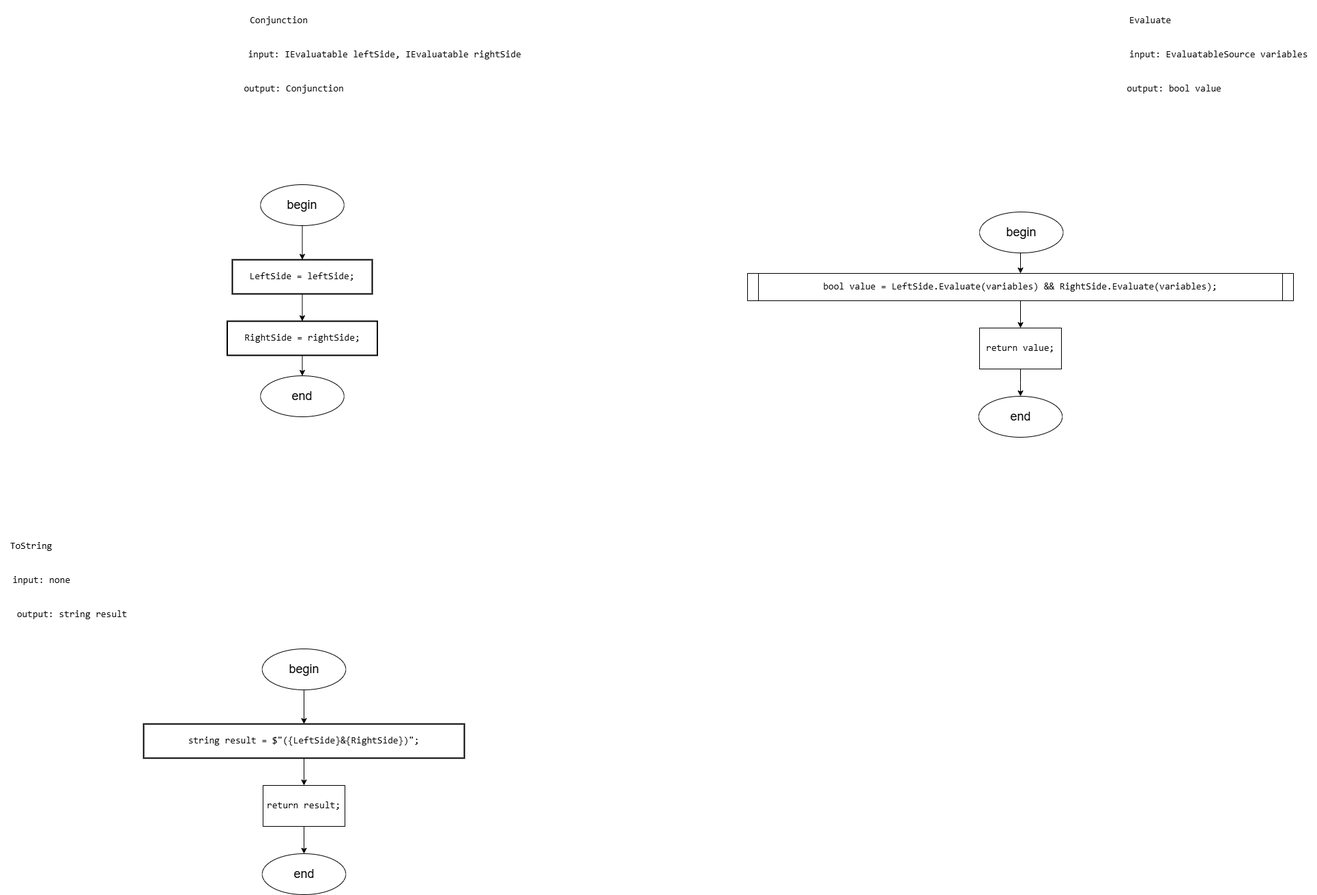
Earlier version of the draw.io export Diagrams/images/Conjunction.drawio.png (slavikovics/FictionalVariables). Source tidied: cells renumbered, new cells last; positions are measured from the earlier drawing's top-left corner, leaving out a move shared by most shapes.
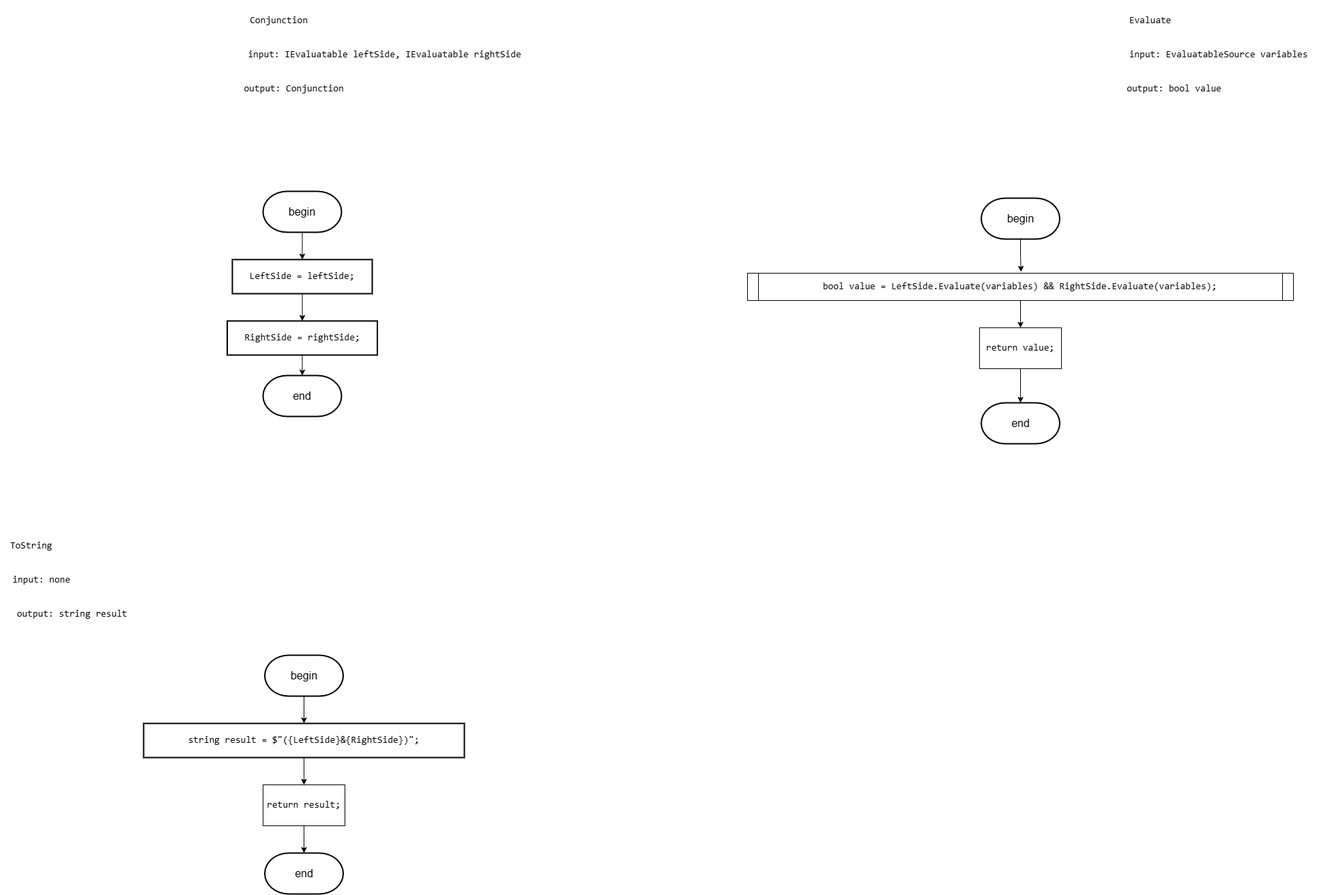
After the change.

What changed in the source:
```diff
@@ -11,9 +11,6 @@
     <mxCell id="4" value="&lt;div style=&quot;&quot;&gt;&lt;pre style=&quot;font-family: &amp;quot;JetBrains Mono&amp;quot;, monospace;&quot;&gt;LeftSide = &lt;span style=&quot;&quot;&gt;leftSide&lt;/span&gt;;&lt;/pre&gt;&lt;/div&gt;" style="rounded=0;whiteSpace=wrap;html=1;absoluteArcSize=1;arcSize=14;strokeWidth=2;fontSize=14;fontColor=#000000;labelBackgroundColor=none;" parent="1" vertex="1">
       <mxGeometry x="340" y="380" width="205" height="50" as="geometry" />
     </mxCell>
-    <mxCell id="5" style="edgeStyle=orthogonalEdgeStyle;rounded=0;jettySize=auto;html=1;exitX=0.5;exitY=1;exitDx=0;exitDy=0;entryX=0.5;entryY=0;entryDx=0;entryDy=0;" parent="1" edge="1" source="6" target="25">
-      <mxGeometry relative="1" as="geometry" />
-    </mxCell>
     <mxCell id="6" value="&lt;div style=&quot;&quot;&gt;&lt;pre style=&quot;font-family: &amp;quot;JetBrains Mono&amp;quot;, monospace;&quot;&gt;&lt;div&gt;&lt;pre style=&quot;font-family: &amp;quot;JetBrains Mono&amp;quot;, monospace;&quot;&gt;RightSide = &lt;span style=&quot;&quot;&gt;rightSide&lt;/span&gt;;&lt;/pre&gt;&lt;/div&gt;&lt;/pre&gt;&lt;/div&gt;" style="rounded=0;whiteSpace=wrap;html=1;absoluteArcSize=1;arcSize=14;strokeWidth=2;fontSize=14;fontColor=#000000;labelBackgroundColor=none;" parent="1" vertex="1">
       <mxGeometry x="332.5" y="470" width="220" height="50" as="geometry" />
     </mxCell>
@@ -53,44 +50,47 @@
     <mxCell id="18" value="&lt;pre style=&quot;font-family: &amp;quot;JetBrains Mono&amp;quot;, monospace;&quot;&gt;&lt;span style=&quot;&quot;&gt;bool &lt;/span&gt;&lt;span style=&quot;&quot;&gt;value &lt;/span&gt;= LeftSide.&lt;span style=&quot;&quot;&gt;Evaluate&lt;/span&gt;(&lt;span style=&quot;&quot;&gt;variables&lt;/span&gt;) &amp;amp;&amp;amp; RightSide.&lt;span style=&quot;&quot;&gt;Evaluate&lt;/span&gt;(&lt;span style=&quot;&quot;&gt;variables&lt;/span&gt;);&lt;/pre&gt;" style="shape=process;whiteSpace=wrap;html=1;backgroundOutline=1;size=0.0202020202020202;fontSize=14;fontColor=#000000;labelBackgroundColor=none;" parent="1" vertex="1">
       <mxGeometry x="1095" y="400" width="800" height="40" as="geometry" />
     </mxCell>
-    <mxCell id="19" style="edgeStyle=orthogonalEdgeStyle;rounded=0;jettySize=auto;html=1;exitX=0.5;exitY=1;exitDx=0;exitDy=0;entryX=0.5;entryY=0;entryDx=0;entryDy=0;" parent="1" edge="1" source="20" target="28">
-      <mxGeometry relative="1" as="geometry" />
-    </mxCell>
+    <mxCell id="32" style="edgeStyle=orthogonalEdgeStyle;rounded=0;jettySize=auto;html=1;exitX=0.5;exitY=1;exitDx=0;exitDy=0;" parent="1" edge="1" source="20" target="39">
+      <mxGeometry relative="1" as="geometry" />
+    </mxCell>
     <mxCell id="20" value="&lt;div style=&quot;&quot;&gt;&lt;pre style=&quot;font-family: &amp;quot;JetBrains Mono&amp;quot;, monospace;&quot;&gt;&lt;span style=&quot;&quot;&gt;return &lt;/span&gt;result;&lt;/pre&gt;&lt;/div&gt;" style="rounded=0;whiteSpace=wrap;html=1;fontSize=14;fontColor=#000000;labelBackgroundColor=none;" parent="1" vertex="1">
       <mxGeometry x="385" y="1150" width="120" height="60" as="geometry" />
     </mxCell>
-    <mxCell id="21" style="edgeStyle=orthogonalEdgeStyle;rounded=0;jettySize=auto;html=1;exitX=0.5;exitY=1;exitDx=0;exitDy=0;" parent="1" edge="1" source="22" target="31">
-      <mxGeometry relative="1" as="geometry" />
-    </mxCell>
     <mxCell id="22" value="&lt;div style=&quot;&quot;&gt;&lt;pre style=&quot;font-family: &amp;quot;JetBrains Mono&amp;quot;, monospace;&quot;&gt;&lt;span style=&quot;&quot;&gt;return &lt;/span&gt;value;&lt;/pre&gt;&lt;/div&gt;" style="rounded=0;whiteSpace=wrap;html=1;fontSize=14;fontColor=#000000;labelBackgroundColor=none;" parent="1" vertex="1">
       <mxGeometry x="1435" y="480" width="120" height="60" as="geometry" />
     </mxCell>
-    <mxCell id="23" style="edgeStyle=orthogonalEdgeStyle;rounded=0;jettySize=auto;html=1;exitX=0.5;exitY=1;exitDx=0;exitDy=0;entryX=0.5;entryY=0;entryDx=0;entryDy=0;" parent="1" edge="1" source="24" target="4">
-      <mxGeometry relative="1" as="geometry" />
-    </mxCell>
-    <mxCell id="24" value="&lt;font style=&quot;font-size: 18px;&quot;&gt;begin&lt;/font&gt;" style="ellipse;whiteSpace=wrap;html=1;" parent="1" vertex="1">
-      <mxGeometry x="381.2" y="270" width="122.5" height="60" as="geometry" />
-    </mxCell>
-    <mxCell id="25" value="&lt;font style=&quot;font-size: 18px;&quot;&gt;end&lt;/font&gt;" style="ellipse;whiteSpace=wrap;html=1;" parent="1" vertex="1">
-      <mxGeometry x="381.2" y="550" width="122.5" height="60" as="geometry" />
-    </mxCell>
-    <mxCell id="26" style="edgeStyle=orthogonalEdgeStyle;rounded=0;jettySize=auto;html=1;exitX=0.5;exitY=1;exitDx=0;exitDy=0;entryX=0.5;entryY=0;entryDx=0;entryDy=0;" parent="1" edge="1" source="27" target="14">
-      <mxGeometry relative="1" as="geometry" />
-    </mxCell>
-    <mxCell id="27" value="&lt;font style=&quot;font-size: 18px;&quot;&gt;begin&lt;/font&gt;" style="ellipse;whiteSpace=wrap;html=1;" parent="1" vertex="1">
-      <mxGeometry x="383.8" y="950" width="122.5" height="60" as="geometry" />
-    </mxCell>
-    <mxCell id="28" value="&lt;font style=&quot;font-size: 18px;&quot;&gt;end&lt;/font&gt;" style="ellipse;whiteSpace=wrap;html=1;" parent="1" vertex="1">
-      <mxGeometry x="383.8" y="1250" width="122.5" height="60" as="geometry" />
-    </mxCell>
-    <mxCell id="29" style="edgeStyle=orthogonalEdgeStyle;rounded=0;jettySize=auto;html=1;exitX=0.5;exitY=1;exitDx=0;exitDy=0;entryX=0.5;entryY=0;entryDx=0;entryDy=0;" parent="1" edge="1" source="30" target="18">
-      <mxGeometry relative="1" as="geometry" />
-    </mxCell>
-    <mxCell id="30" value="&lt;font style=&quot;font-size: 18px;&quot;&gt;begin&lt;/font&gt;" style="ellipse;whiteSpace=wrap;html=1;" parent="1" vertex="1">
-      <mxGeometry x="1435" y="310" width="122.5" height="60" as="geometry" />
-    </mxCell>
-    <mxCell id="31" value="&lt;font style=&quot;font-size: 18px;&quot;&gt;end&lt;/font&gt;" style="ellipse;whiteSpace=wrap;html=1;" parent="1" vertex="1">
-      <mxGeometry x="1433.8" y="580" width="122.5" height="60" as="geometry" />
-    </mxCell>
+    <mxCell id="33" style="edgeStyle=orthogonalEdgeStyle;rounded=0;jettySize=auto;html=1;exitX=0.5;exitY=1;exitDx=0;exitDy=0;exitPerimeter=0;entryX=0.5;entryY=0;entryDx=0;entryDy=0;" parent="1" edge="1" source="34" target="4">
+      <mxGeometry relative="1" as="geometry" />
+    </mxCell>
+    <mxCell id="34" value="&lt;font style=&quot;font-size: 16px;&quot;&gt;begin&lt;/font&gt;" style="strokeWidth=2;html=1;shape=mxgraph.flowchart.terminator;whiteSpace=wrap;" parent="1" vertex="1">
+      <mxGeometry x="385" y="280" width="115" height="60" as="geometry" />
+    </mxCell>
+    <mxCell id="35" value="&lt;font style=&quot;font-size: 16px;&quot;&gt;end&lt;/font&gt;" style="strokeWidth=2;html=1;shape=mxgraph.flowchart.terminator;whiteSpace=wrap;" parent="1" vertex="1">
+      <mxGeometry x="385" y="550" width="115" height="60" as="geometry" />
+    </mxCell>
+    <mxCell id="36" style="edgeStyle=orthogonalEdgeStyle;rounded=0;jettySize=auto;html=1;exitX=0.5;exitY=1;exitDx=0;exitDy=0;entryX=0.5;entryY=0;entryDx=0;entryDy=0;entryPerimeter=0;" parent="1" edge="1" source="6" target="35">
+      <mxGeometry relative="1" as="geometry" />
+    </mxCell>
+    <mxCell id="37" style="edgeStyle=orthogonalEdgeStyle;rounded=0;jettySize=auto;html=1;exitX=0.5;exitY=1;exitDx=0;exitDy=0;exitPerimeter=0;entryX=0.5;entryY=0;entryDx=0;entryDy=0;" parent="1" edge="1" source="38" target="14">
+      <mxGeometry relative="1" as="geometry" />
+    </mxCell>
+    <mxCell id="38" value="&lt;font style=&quot;font-size: 16px;&quot;&gt;begin&lt;/font&gt;" style="strokeWidth=2;html=1;shape=mxgraph.flowchart.terminator;whiteSpace=wrap;" parent="1" vertex="1">
+      <mxGeometry x="387.5" y="960" width="115" height="60" as="geometry" />
+    </mxCell>
+    <mxCell id="39" value="&lt;font style=&quot;font-size: 16px;&quot;&gt;end&lt;/font&gt;" style="strokeWidth=2;html=1;shape=mxgraph.flowchart.terminator;whiteSpace=wrap;" parent="1" vertex="1">
+      <mxGeometry x="387.5" y="1250" width="115" height="60" as="geometry" />
+    </mxCell>
+    <mxCell id="40" value="&lt;font style=&quot;font-size: 16px;&quot;&gt;begin&lt;/font&gt;" style="strokeWidth=2;html=1;shape=mxgraph.flowchart.terminator;whiteSpace=wrap;" parent="1" vertex="1">
+      <mxGeometry x="1437.5" y="290" width="115" height="60" as="geometry" />
+    </mxCell>
+    <mxCell id="41" style="edgeStyle=orthogonalEdgeStyle;rounded=0;jettySize=auto;html=1;exitX=0.5;exitY=1;exitDx=0;exitDy=0;exitPerimeter=0;entryX=0.501;entryY=-0.051;entryDx=0;entryDy=0;entryPerimeter=0;" parent="1" edge="1" source="40" target="18">
+      <mxGeometry relative="1" as="geometry" />
+    </mxCell>
+    <mxCell id="42" value="&lt;font style=&quot;font-size: 16px;&quot;&gt;end&lt;/font&gt;" style="strokeWidth=2;html=1;shape=mxgraph.flowchart.terminator;whiteSpace=wrap;" parent="1" vertex="1">
+      <mxGeometry x="1437.5" y="590" width="115" height="60" as="geometry" />
+    </mxCell>
+    <mxCell id="43" style="edgeStyle=orthogonalEdgeStyle;rounded=0;jettySize=auto;html=1;exitX=0.5;exitY=1;exitDx=0;exitDy=0;entryX=0.5;entryY=0;entryDx=0;entryDy=0;entryPerimeter=0;" parent="1" edge="1" source="22" target="42">
+      <mxGeometry relative="1" as="geometry" />
+    </mxCell>
   </root>
 </mxGraphModel>
```
